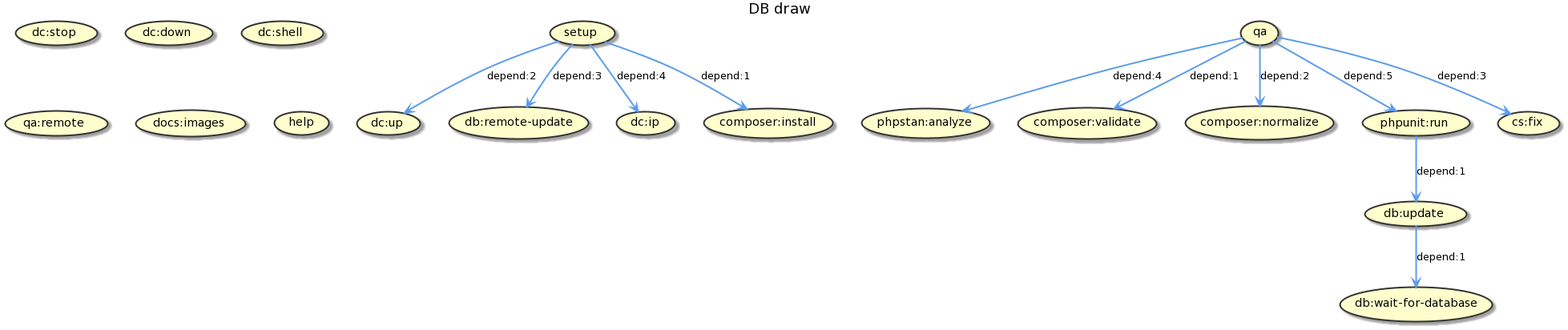
jawira/db-draw keeps this PlantUML diagram as docs/images/build.png. Above is the earlier version.
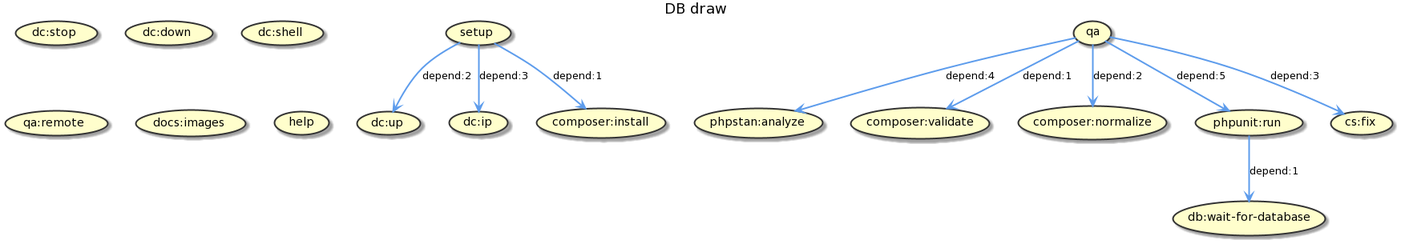
Above is the later version.

Diff of the diagram source:
```diff
@@ -12,8 +12,6 @@
 (dc:up)
 (dc:stop)
 (dc:down)
-(db:remote-update)
-(db:update)
 (dc:ip)
 (dc:shell)
 (qa:remote)
@@ -30,13 +28,11 @@
 
 (setup) -[#5D9CEC]-> (composer:install) : depend:1
 (setup) -[#5D9CEC]-> (dc:up) : depend:2
-(setup) -[#5D9CEC]-> (db:remote-update) : depend:3
-(setup) -[#5D9CEC]-> (dc:ip) : depend:4
+(setup) -[#5D9CEC]-> (dc:ip) : depend:3
 (qa) -[#5D9CEC]-> (composer:validate) : depend:1
 (qa) -[#5D9CEC]-> (composer:normalize) : depend:2
 (qa) -[#5D9CEC]-> (cs:fix) : depend:3
 (qa) -[#5D9CEC]-> (phpstan:analyze) : depend:4
 (qa) -[#5D9CEC]-> (phpunit:run) : depend:5
-(db:update) -[#5D9CEC]-> (db:wait-for-database) : depend:1
-(phpunit:run) -[#5D9CEC]-> (db:update) : depend:1
+(phpunit:run) -[#5D9CEC]-> (db:wait-for-database) : depend:1
 @enduml
```
